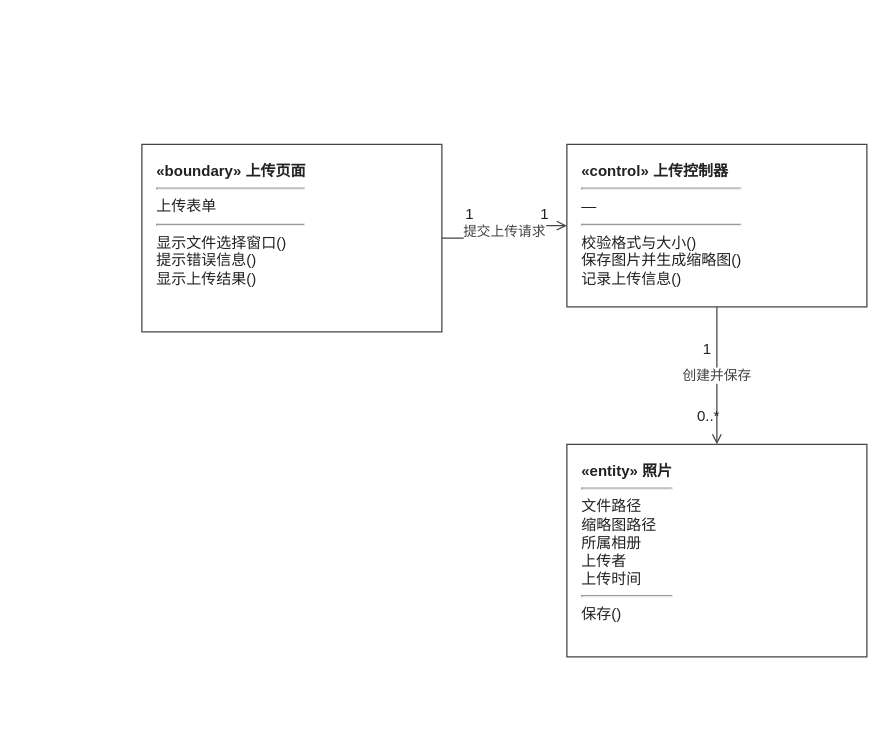
Before: docs/交付/3-照片管理-王柯涵/images/上传图片_类模型图.drawio in chennuo1101/electronic-photo-album-system1, a draw.io diagram. Source tidied: cells renumbered, new cells numbered last; positions are measured from the earlier drawing's top-left corner, leaving out a move shared by most shapes. Both pictures are drawn from the tidied source at 125%, with x=0, y=0 at pixel (141, 144).
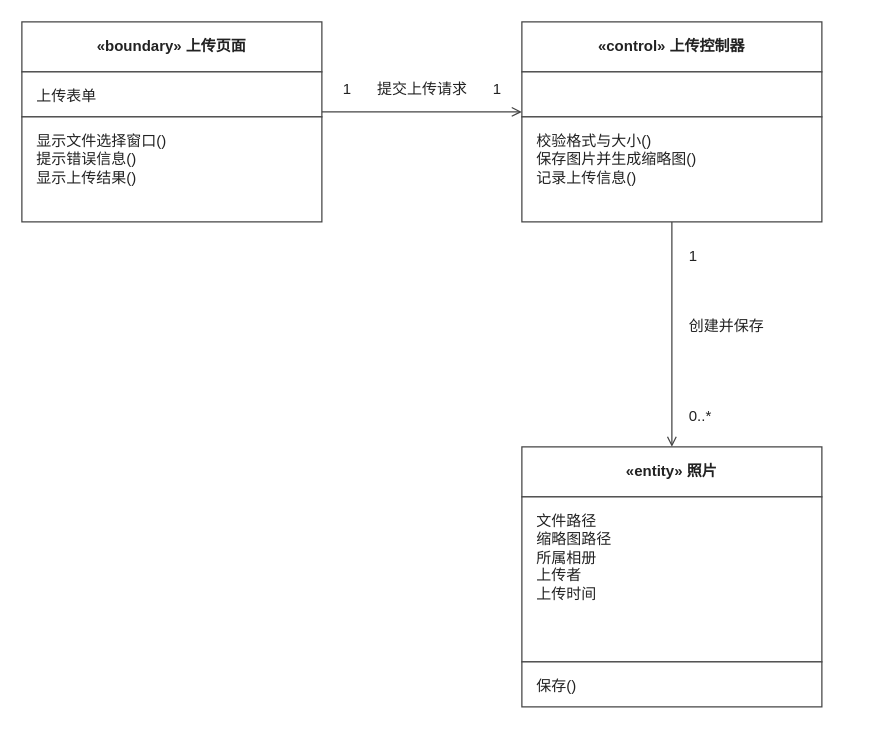
The same diagram, later.

Change to the diagram source:
```diff
@@
-    <mxCell id="2" value="&lt;b&gt;«boundary» 上传页面&lt;/b&gt;&lt;hr&gt;上传表单&lt;br&gt;&lt;hr&gt;显示文件选择窗口()&lt;br&gt;提示错误信息()&lt;br&gt;显示上传结果()&lt;br&gt;" style="rounded=0;whiteSpace=wrap;html=1;fillColor=#FFFFFF;strokeColor=#444444;verticalAlign=top;align=left;spacingLeft=10;spacingTop=8;fontFamily=Microsoft YaHei;fontSize=12;fontColor=#222222;" parent="1" vertex="1">
-      <mxGeometry width="240" height="150" as="geometry" />
-    </mxCell>
-    <mxCell id="3" value="&lt;b&gt;«control» 上传控制器&lt;/b&gt;&lt;hr&gt;—&lt;hr&gt;校验格式与大小()&lt;br&gt;保存图片并生成缩略图()&lt;br&gt;记录上传信息()&lt;br&gt;" style="rounded=0;whiteSpace=wrap;html=1;fillColor=#FFFFFF;strokeColor=#444444;verticalAlign=top;align=left;spacingLeft=10;spacingTop=8;fontFamily=Microsoft YaHei;fontSize=12;fontColor=#222222;" parent="1" vertex="1">
-      <mxGeometry x="340" width="240" height="130" as="geometry" />
-    </mxCell>
-    <mxCell id="4" value="&lt;b&gt;«entity» 照片&lt;/b&gt;&lt;hr&gt;文件路径&lt;br&gt;缩略图路径&lt;br&gt;所属相册&lt;br&gt;上传者&lt;br&gt;上传时间&lt;br&gt;&lt;hr&gt;保存()&lt;br&gt;" style="rounded=0;whiteSpace=wrap;html=1;fillColor=#FFFFFF;strokeColor=#444444;verticalAlign=top;align=left;spacingLeft=10;spacingTop=8;fontFamily=Microsoft YaHei;fontSize=12;fontColor=#222222;" parent="1" vertex="1">
-      <mxGeometry x="340" y="240" width="240" height="170" as="geometry" />
-    </mxCell>
+    <mxCell id="11" value="«boundary» 上传页面" style="rounded=0;whiteSpace=wrap;html=1;fillColor=#FFFFFF;strokeColor=#444444;align=center;verticalAlign=middle;fontStyle=1;fontFamily=Microsoft YaHei;fontSize=12;fontColor=#222222;" parent="1" vertex="1">
+      <mxGeometry x="-96" y="-98" width="240" height="40" as="geometry" />
+    </mxCell>
+    <mxCell id="12" value="上传表单" style="rounded=0;whiteSpace=wrap;html=1;fillColor=#FFFFFF;strokeColor=#444444;verticalAlign=top;align=left;spacingLeft=10;spacingTop=6;fontFamily=Microsoft YaHei;fontSize=12;fontColor=#222222;" parent="1" vertex="1">
+      <mxGeometry x="-96" y="-58" width="240" height="36" as="geometry" />
+    </mxCell>
+    <mxCell id="13" value="显示文件选择窗口()&#10;提示错误信息()&#10;显示上传结果()" style="rounded=0;whiteSpace=wrap;html=1;fillColor=#FFFFFF;strokeColor=#444444;verticalAlign=top;align=left;spacingLeft=10;spacingTop=6;fontFamily=Microsoft YaHei;fontSize=12;fontColor=#222222;" parent="1" vertex="1">
+      <mxGeometry x="-96" y="-22" width="240" height="84" as="geometry" />
+    </mxCell>
+    <mxCell id="14" value="«control» 上传控制器" style="rounded=0;whiteSpace=wrap;html=1;fillColor=#FFFFFF;strokeColor=#444444;align=center;verticalAlign=middle;fontStyle=1;fontFamily=Microsoft YaHei;fontSize=12;fontColor=#222222;" parent="1" vertex="1">
+      <mxGeometry x="304" y="-98" width="240" height="40" as="geometry" />
+    </mxCell>
+    <mxCell id="15" style="rounded=0;whiteSpace=wrap;html=1;fillColor=#FFFFFF;strokeColor=#444444;verticalAlign=top;align=left;spacingLeft=10;spacingTop=6;fontFamily=Microsoft YaHei;fontSize=12;fontColor=#222222;" parent="1" vertex="1">
+      <mxGeometry x="304" y="-58" width="240" height="36" as="geometry" />
+    </mxCell>
+    <mxCell id="16" value="校验格式与大小()&#10;保存图片并生成缩略图()&#10;记录上传信息()" style="rounded=0;whiteSpace=wrap;html=1;fillColor=#FFFFFF;strokeColor=#444444;verticalAlign=top;align=left;spacingLeft=10;spacingTop=6;fontFamily=Microsoft YaHei;fontSize=12;fontColor=#222222;" parent="1" vertex="1">
+      <mxGeometry x="304" y="-22" width="240" height="84" as="geometry" />
+    </mxCell>
+    <mxCell id="17" value="«entity» 照片" style="rounded=0;whiteSpace=wrap;html=1;fillColor=#FFFFFF;strokeColor=#444444;align=center;verticalAlign=middle;fontStyle=1;fontFamily=Microsoft YaHei;fontSize=12;fontColor=#222222;" parent="1" vertex="1">
+      <mxGeometry x="304" y="242" width="240" height="40" as="geometry" />
+    </mxCell>
+    <mxCell id="18" value="文件路径&#10;缩略图路径&#10;所属相册&#10;上传者&#10;上传时间" style="rounded=0;whiteSpace=wrap;html=1;fillColor=#FFFFFF;strokeColor=#444444;verticalAlign=top;align=left;spacingLeft=10;spacingTop=6;fontFamily=Microsoft YaHei;fontSize=12;fontColor=#222222;" parent="1" vertex="1">
+      <mxGeometry x="304" y="282" width="240" height="132" as="geometry" />
+    </mxCell>
+    <mxCell id="19" value="保存()" style="rounded=0;whiteSpace=wrap;html=1;fillColor=#FFFFFF;strokeColor=#444444;verticalAlign=top;align=left;spacingLeft=10;spacingTop=6;fontFamily=Microsoft YaHei;fontSize=12;fontColor=#222222;" parent="1" vertex="1">
+      <mxGeometry x="304" y="414" width="240" height="36" as="geometry" />
+    </mxCell>
-    <mxCell id="5" value="提交上传请求" style="edgeStyle=orthogonalEdgeStyle;rounded=0;html=1;strokeColor=#444444;strokeWidth=1;fontFamily=Microsoft YaHei;fontSize=11;fontColor=#444444;labelBackgroundColor=#FFFFFF;startArrow=none;endArrow=open;exitX=1;exitY=0.5;entryX=0;entryY=0.5;" parent="1" edge="1" source="2" target="3">
-      <mxGeometry relative="1" as="geometry" />
+    <mxCell id="5" style="html=1;rounded=0;strokeColor=#444444;strokeWidth=1;startArrow=none;endArrow=open;endFill=0;" parent="1" edge="1">
+      <mxGeometry relative="1" as="geometry">
+        <mxPoint x="144" y="-26" as="sourcePoint" />
+        <mxPoint x="304" y="-26" as="targetPoint" />
+      </mxGeometry>
     </mxCell>
+    <mxCell id="20" value="1" style="text;html=1;align=center;verticalAlign=middle;fillColor=none;strokeColor=none;fontFamily=Microsoft YaHei;fontSize=12;fontColor=#222222;" parent="1" vertex="1">
+      <mxGeometry x="152" y="-54" width="24" height="20" as="geometry" />
+    </mxCell>
+    <mxCell id="21" value="提交上传请求" style="text;html=1;align=center;verticalAlign=middle;fillColor=none;strokeColor=none;fontFamily=Microsoft YaHei;fontSize=12;fontColor=#222222;" parent="1" vertex="1">
+      <mxGeometry x="184" y="-54" width="80" height="20" as="geometry" />
+    </mxCell>
+    <mxCell id="22" value="1" style="text;html=1;align=center;verticalAlign=middle;fillColor=none;strokeColor=none;fontFamily=Microsoft YaHei;fontSize=12;fontColor=#222222;" parent="1" vertex="1">
+      <mxGeometry x="272" y="-54" width="24" height="20" as="geometry" />
+    </mxCell>
-    <mxCell id="6" value="创建并保存" style="edgeStyle=orthogonalEdgeStyle;rounded=0;html=1;strokeColor=#444444;strokeWidth=1;fontFamily=Microsoft YaHei;fontSize=11;fontColor=#444444;labelBackgroundColor=#FFFFFF;startArrow=none;endArrow=open;exitX=0.5;exitY=1;entryX=0.5;entryY=0;" parent="1" edge="1" source="3" target="4">
-      <mxGeometry relative="1" as="geometry" />
+    <mxCell id="6" style="html=1;rounded=0;strokeColor=#444444;strokeWidth=1;startArrow=none;endArrow=open;endFill=0;" parent="1" edge="1">
+      <mxGeometry relative="1" as="geometry">
+        <mxPoint x="424" y="62" as="sourcePoint" />
+        <mxPoint x="424" y="242" as="targetPoint" />
+      </mxGeometry>
     </mxCell>
-    <mxCell id="7" value="1" style="text;html=1;align=center;verticalAlign=middle;fillColor=none;strokeColor=none;fontFamily=Microsoft YaHei;fontSize=12;fontColor=#222222;" parent="1" vertex="1">
-      <mxGeometry x="252" y="46" width="20" height="20" as="geometry" />
-    </mxCell>
-    <mxCell id="8" value="1" style="text;html=1;align=center;verticalAlign=middle;fillColor=none;strokeColor=none;fontFamily=Microsoft YaHei;fontSize=12;fontColor=#222222;" parent="1" vertex="1">
-      <mxGeometry x="312" y="46" width="20" height="20" as="geometry" />
-    </mxCell>
-    <mxCell id="9" value="1" style="text;html=1;align=center;verticalAlign=middle;fillColor=none;strokeColor=none;fontFamily=Microsoft YaHei;fontSize=12;fontColor=#222222;" parent="1" vertex="1">
-      <mxGeometry x="442" y="154" width="20" height="20" as="geometry" />
-    </mxCell>
+    <mxCell id="23" value="1" style="text;html=1;align=left;verticalAlign=middle;fillColor=none;strokeColor=none;fontFamily=Microsoft YaHei;fontSize=12;fontColor=#222222;" parent="1" vertex="1">
+      <mxGeometry x="436" y="80" width="24" height="20" as="geometry" />
+    </mxCell>
+    <mxCell id="24" value="创建并保存" style="text;html=1;align=left;verticalAlign=middle;fillColor=none;strokeColor=none;fontFamily=Microsoft YaHei;fontSize=12;fontColor=#222222;" parent="1" vertex="1">
+      <mxGeometry x="436" y="136" width="90" height="20" as="geometry" />
+    </mxCell>
-    <mxCell id="10" value="0..*" style="text;html=1;align=center;verticalAlign=middle;fillColor=none;strokeColor=none;fontFamily=Microsoft YaHei;fontSize=12;fontColor=#222222;" parent="1" vertex="1">
-      <mxGeometry x="436" y="208" width="34" height="20" as="geometry" />
+    <mxCell id="10" value="0..*" style="text;html=1;align=left;verticalAlign=middle;fillColor=none;strokeColor=none;fontFamily=Microsoft YaHei;fontSize=12;fontColor=#222222;" parent="1" vertex="1">
+      <mxGeometry x="436" y="208" width="40" height="20" as="geometry" />
     </mxCell>
```
